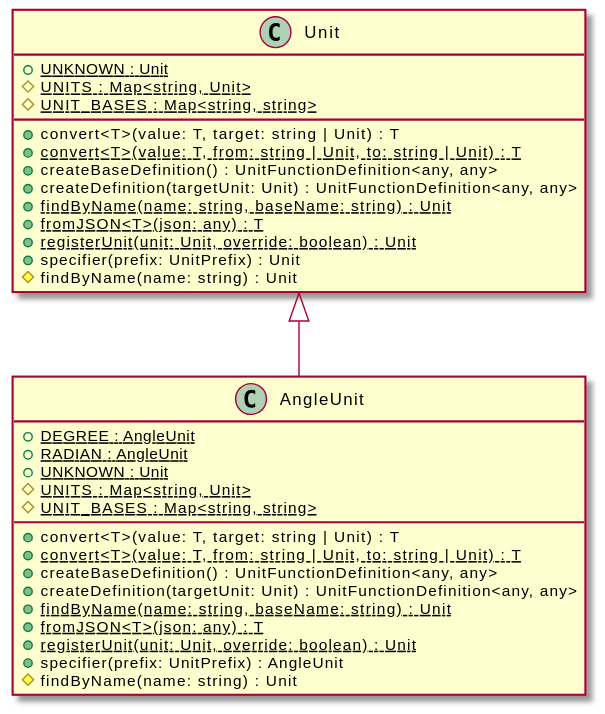
Above: assets/AngleUnit-umlClassDiagram-768.svg in OpenHPS/openhps-core (PlantUML), before the change. Its diagram source:
```plantuml
@startuml
skinparam BackgroundColor transparent
hide empty methods
hide empty fields
class "AngleUnit" {
    {static} +DEGREE : AngleUnit
    {static} +RADIAN : AngleUnit
    {static} +UNKNOWN : Unit
    {static} #UNITS : Map<string, Unit>
    {static} #UNIT_BASES : Map<string, string>
    +convert<T>(value: T, target: string | Unit) : T
    {static} +convert<T>(value: T, from: string | Unit, to: string | Unit) : T
    +createBaseDefinition() : UnitFunctionDefinition<any, any>
    +createDefinition(targetUnit: Unit) : UnitFunctionDefinition<any, any>
    {static} +findByName(name: string, baseName: string) : Unit
    {static} +fromJSON<T>(json: any) : T
    {static} +registerUnit(unit: Unit, override: boolean) : Unit
    +specifier(prefix: UnitPrefix) : AngleUnit
    #findByName(name: string) : Unit
}
class "Unit" {
    {static} +UNKNOWN : Unit
    {static} #UNITS : Map<string, Unit>
    {static} #UNIT_BASES : Map<string, string>
    +convert<T>(value: T, target: string | Unit) : T
    {static} +convert<T>(value: T, from: string | Unit, to: string | Unit) : T
    +createBaseDefinition() : UnitFunctionDefinition<any, any>
    +createDefinition(targetUnit: Unit) : UnitFunctionDefinition<any, any>
    {static} +findByName(name: string, baseName: string) : Unit
    {static} +fromJSON<T>(json: any) : T
    {static} +registerUnit(unit: Unit, override: boolean) : Unit
    +specifier(prefix: UnitPrefix) : Unit
    #findByName(name: string) : Unit
}
"Unit" <|-- "AngleUnit"
@enduml
```
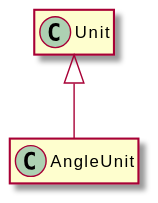
The same file after the commit.

What changed in the source:
```diff
@@ -3,34 +3,8 @@
 hide empty methods
 hide empty fields
 class "AngleUnit" {
-    {static} +DEGREE : AngleUnit
-    {static} +RADIAN : AngleUnit
-    {static} +UNKNOWN : Unit
-    {static} #UNITS : Map<string, Unit>
-    {static} #UNIT_BASES : Map<string, string>
-    +convert<T>(value: T, target: string | Unit) : T
-    {static} +convert<T>(value: T, from: string | Unit, to: string | Unit) : T
-    +createBaseDefinition() : UnitFunctionDefinition<any, any>
-    +createDefinition(targetUnit: Unit) : UnitFunctionDefinition<any, any>
-    {static} +findByName(name: string, baseName: string) : Unit
-    {static} +fromJSON<T>(json: any) : T
-    {static} +registerUnit(unit: Unit, override: boolean) : Unit
-    +specifier(prefix: UnitPrefix) : AngleUnit
-    #findByName(name: string) : Unit
 }
 class "Unit" {
-    {static} +UNKNOWN : Unit
-    {static} #UNITS : Map<string, Unit>
-    {static} #UNIT_BASES : Map<string, string>
-    +convert<T>(value: T, target: string | Unit) : T
-    {static} +convert<T>(value: T, from: string | Unit, to: string | Unit) : T
-    +createBaseDefinition() : UnitFunctionDefinition<any, any>
-    +createDefinition(targetUnit: Unit) : UnitFunctionDefinition<any, any>
-    {static} +findByName(name: string, baseName: string) : Unit
-    {static} +fromJSON<T>(json: any) : T
-    {static} +registerUnit(unit: Unit, override: boolean) : Unit
-    +specifier(prefix: UnitPrefix) : Unit
-    #findByName(name: string) : Unit
 }
 "Unit" <|-- "AngleUnit"
 @enduml
```
